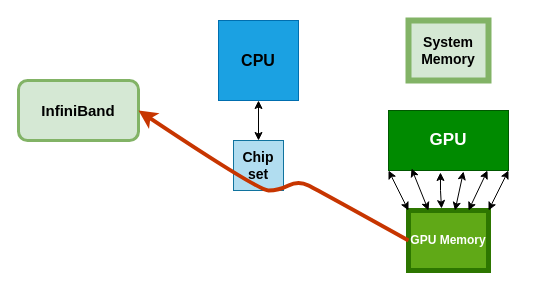
Above: page "Page-2" (2 of 4) of DirectRDMA.drawio in bengisuelis/Drawings (draw.io), before the change. Source tidied: cells renumbered, new cells numbered last; positions are measured from the earlier drawing's top-left corner, leaving out a move shared by most shapes. Both pictures are drawn from the tidied source at 100%, with x=0, y=0 at pixel (18, 20).
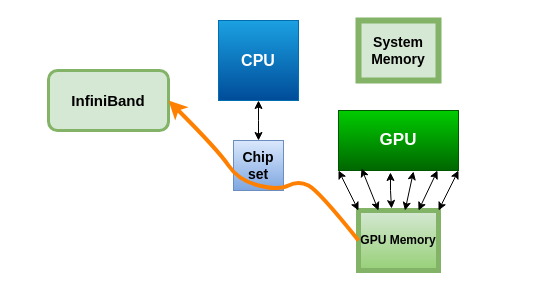
The same diagram, later.

Change to the diagram source:
```diff
@@
-    <mxCell id="2" value="&lt;b&gt;GPU Memory&lt;/b&gt;" style="rounded=0;whiteSpace=wrap;html=1;fillColor=#60a917;strokeColor=#2D7600;fontColor=#ffffff;strokeWidth=5;" parent="1" vertex="1">
-      <mxGeometry x="390" y="190" width="80" height="60" as="geometry" />
+    <mxCell id="2" value="&lt;b&gt;GPU Memory&lt;/b&gt;" style="rounded=0;whiteSpace=wrap;html=1;fillColor=#d5e8d4;strokeColor=#82b366;strokeWidth=5;gradientColor=#97d077;" parent="1" vertex="1">
+      <mxGeometry x="340" y="190" width="80" height="60" as="geometry" />
     </mxCell>
-    <mxCell id="3" value="&lt;b&gt;&lt;font style=&quot;font-size: 17px;&quot;&gt;GPU&lt;/font&gt;&lt;/b&gt;" style="rounded=0;whiteSpace=wrap;html=1;fillColor=#008a00;strokeColor=#005700;fontColor=#ffffff;" parent="1" vertex="1">
-      <mxGeometry x="370" y="90" width="120" height="60" as="geometry" />
+    <mxCell id="3" value="&lt;b&gt;&lt;font style=&quot;font-size: 17px;&quot;&gt;GPU&lt;/font&gt;&lt;/b&gt;" style="rounded=0;whiteSpace=wrap;html=1;fillColor=#00CC00;strokeColor=#005700;fontColor=#ffffff;gradientColor=#006600;" parent="1" vertex="1">
+      <mxGeometry x="320" y="90" width="120" height="60" as="geometry" />
     </mxCell>
     <mxCell id="4" value="&lt;b&gt;&lt;font style=&quot;font-size: 14px;&quot;&gt;System Memory&lt;/font&gt;&lt;/b&gt;" style="rounded=0;whiteSpace=wrap;html=1;fillColor=#d5e8d4;strokeColor=#82b366;strokeWidth=6;" parent="1" vertex="1">
-      <mxGeometry x="390" width="80" height="60" as="geometry" />
+      <mxGeometry x="340" width="80" height="60" as="geometry" />
     </mxCell>
-    <mxCell id="5" value="&lt;b&gt;&lt;font style=&quot;font-size: 14px;&quot;&gt;Chip set&lt;/font&gt;&lt;/b&gt;" style="rounded=0;whiteSpace=wrap;html=1;fillColor=#b1ddf0;strokeColor=#10739e;" parent="1" vertex="1">
+    <mxCell id="5" value="&lt;b&gt;&lt;font style=&quot;font-size: 14px;&quot;&gt;Chip set&lt;/font&gt;&lt;/b&gt;" style="rounded=0;whiteSpace=wrap;html=1;fillColor=#dae8fc;strokeColor=#6c8ebf;gradientColor=#7ea6e0;" parent="1" vertex="1">
       <mxGeometry x="215" y="120" width="50" height="50" as="geometry" />
     </mxCell>
-    <mxCell id="6" value="&lt;b&gt;&lt;font style=&quot;font-size: 16px; color: rgb(0, 0, 0);&quot;&gt;CPU&lt;/font&gt;&lt;/b&gt;" style="whiteSpace=wrap;html=1;fillColor=#1ba1e2;fontColor=#ffffff;strokeColor=#006EAF;" parent="1" vertex="1">
+    <mxCell id="6" value="&lt;b&gt;&lt;font style=&quot;font-size: 16px; color: rgb(255, 255, 255);&quot;&gt;CPU&lt;/font&gt;&lt;/b&gt;" style="whiteSpace=wrap;html=1;fillColor=#1ba1e2;fontColor=#ffffff;strokeColor=#006EAF;gradientColor=#004C99;" parent="1" vertex="1">
       <mxGeometry x="200" width="80" height="80" as="geometry" />
     </mxCell>
     <mxCell id="7" value="&lt;b&gt;&lt;font style=&quot;font-size: 15px;&quot;&gt;InfiniBand&lt;/font&gt;&lt;/b&gt;" style="rounded=1;whiteSpace=wrap;html=1;fillColor=#d5e8d4;strokeColor=#82b366;strokeWidth=3;" parent="1" vertex="1">
-      <mxGeometry y="60" width="120" height="60" as="geometry" />
+      <mxGeometry x="30" y="50" width="120" height="60" as="geometry" />
     </mxCell>
@@
     <mxCell id="10" style="endArrow=classic;startArrow=classic;html=1;rounded=0;entryX=0.433;entryY=1.033;entryDx=0;entryDy=0;entryPerimeter=0;exitX=0.413;exitY=-0.033;exitDx=0;exitDy=0;exitPerimeter=0;" parent="1" edge="1" source="2" target="3">
       <mxGeometry relative="1" as="geometry">
         <Array as="points">
-          <mxPoint x="422" y="170" />
+          <mxPoint x="372" y="170" />
         </Array>
       </mxGeometry>
     </mxCell>
@@
-    <mxCell id="14" style="endArrow=classic;html=1;rounded=0;fillColor=#fa6800;strokeColor=#C73500;entryX=1;entryY=0.5;entryDx=0;entryDy=0;exitX=0;exitY=0.5;exitDx=0;exitDy=0;curved=1;strokeWidth=4;" parent="1" edge="1" source="2" target="7">
+    <mxCell id="14" style="endArrow=classic;html=1;rounded=0;fillColor=#fa6800;strokeColor=#FF8000;entryX=1;entryY=0.5;entryDx=0;entryDy=0;exitX=0;exitY=0.5;exitDx=0;exitDy=0;curved=1;strokeWidth=4;" parent="1" edge="1" source="2" target="7">
       <mxGeometry relative="1" as="geometry">
         <Array as="points">
           <mxPoint x="300" y="170" />
           <mxPoint x="280" y="160" />
           <mxPoint x="260" y="170" />
-          <mxPoint x="240" y="170" />
+          <mxPoint x="220" y="160" />
+          <mxPoint x="200" y="130" />
         </Array>
       </mxGeometry>
     </mxCell>
     <mxCell id="15" style="endArrow=classic;startArrow=classic;html=1;rounded=0;entryX=0.5;entryY=1;entryDx=0;entryDy=0;" parent="1" edge="1" source="5" target="6">
-      <mxGeometry relative="1" as="geometry" />
+      <mxGeometry relative="1" as="geometry">
+        <Array as="points">
+          <mxPoint x="240" y="100" />
+        </Array>
+      </mxGeometry>
     </mxCell>
```
